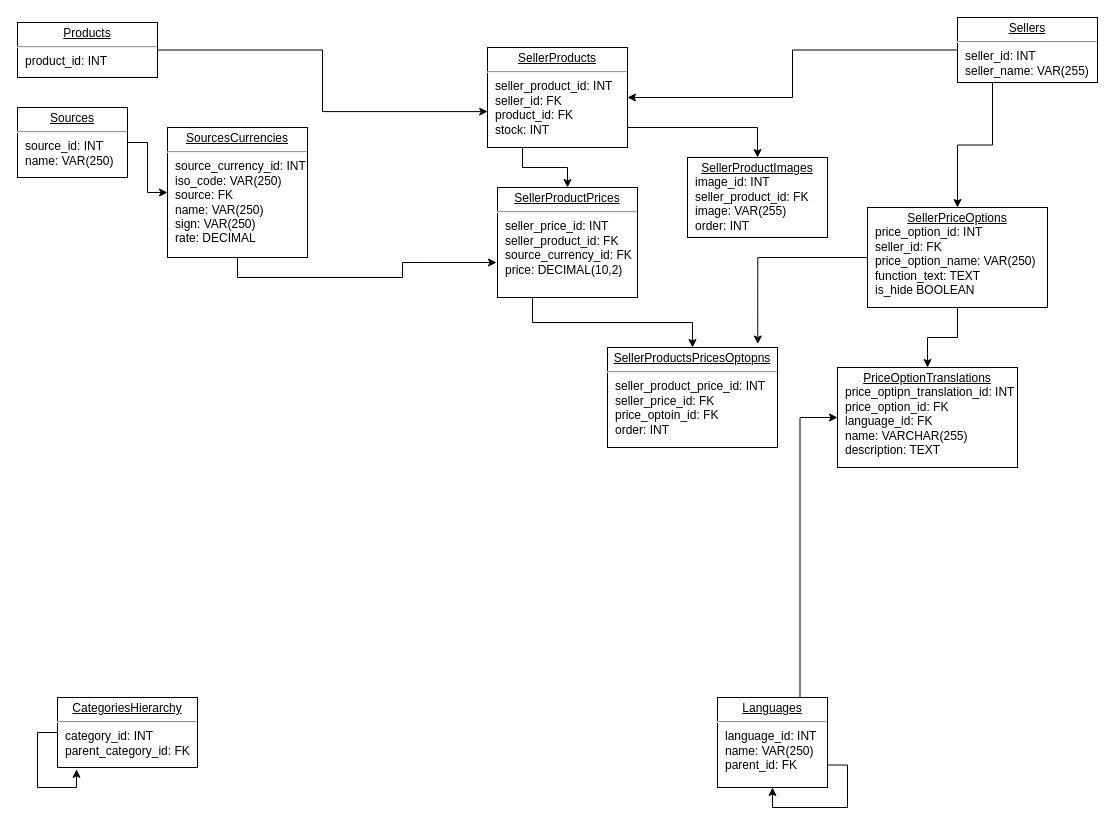
vinter-man/db_draw_io keeps this draw.io diagram as Диаграмма без названия.drawio. Above is the earlier version. Source tidied: cells renumbered, new cells numbered last; positions are measured from the earlier drawing's top-left corner, leaving out a move shared by most shapes. Both pictures are drawn from the tidied source at 100%, with x=0, y=0 at pixel (17, 17).
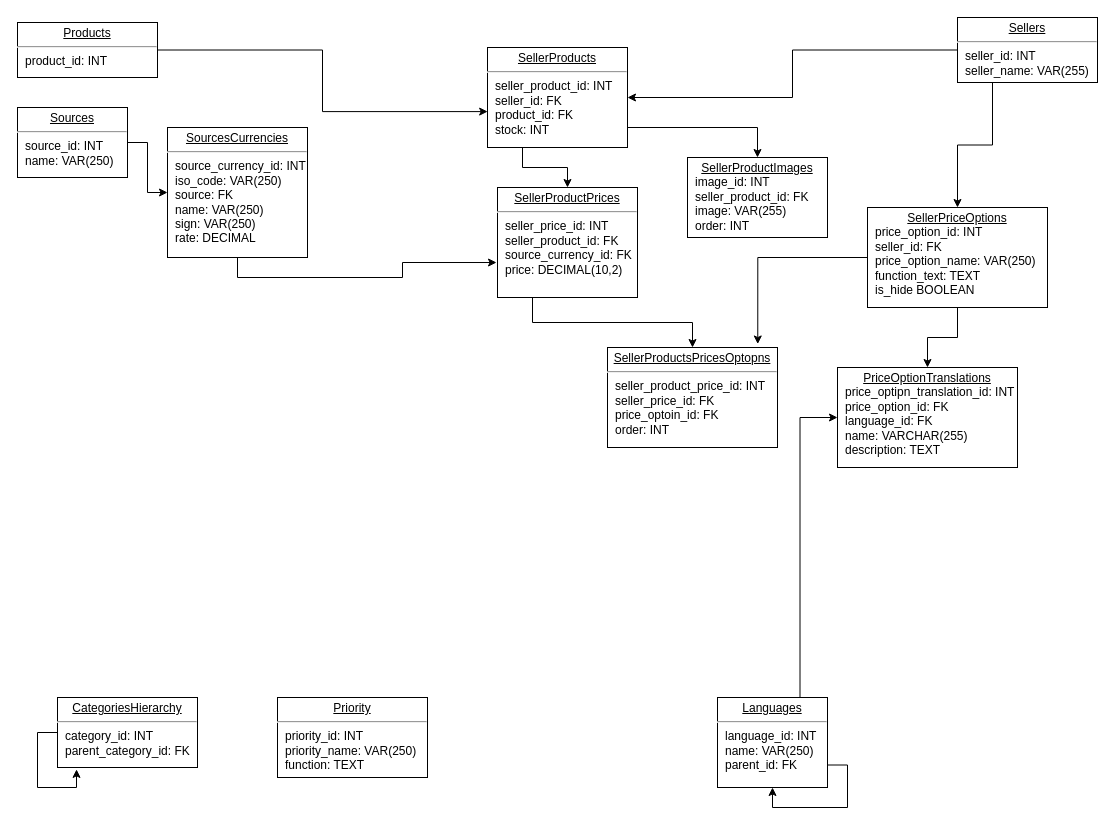
After the change.

Commit message:
add priority table

Change to the diagram source:
```diff
@@
+    <mxCell id="27" value="&lt;p style=&quot;margin: 0px ; margin-top: 4px ; text-align: center ; text-decoration: underline&quot;&gt;Priority&lt;/p&gt;&lt;hr&gt;&lt;p style=&quot;margin: 0px ; margin-left: 8px&quot;&gt;priority_id: INT&lt;/p&gt;&lt;p style=&quot;margin: 0px ; margin-left: 8px&quot;&gt;priority_name: VAR(250)&lt;/p&gt;&lt;p style=&quot;margin: 0px ; margin-left: 8px&quot;&gt;function: TEXT&lt;/p&gt;&lt;p style=&quot;margin: 0px ; margin-left: 8px&quot;&gt;&lt;br&gt;&lt;/p&gt;" style="verticalAlign=top;align=left;overflow=fill;fontSize=12;fontFamily=Helvetica;html=1;rounded=0;shadow=0;comic=0;labelBackgroundColor=none;strokeWidth=1;" parent="1" vertex="1">
+      <mxGeometry x="260" y="680" width="150" height="80" as="geometry" />
+    </mxCell>
```
